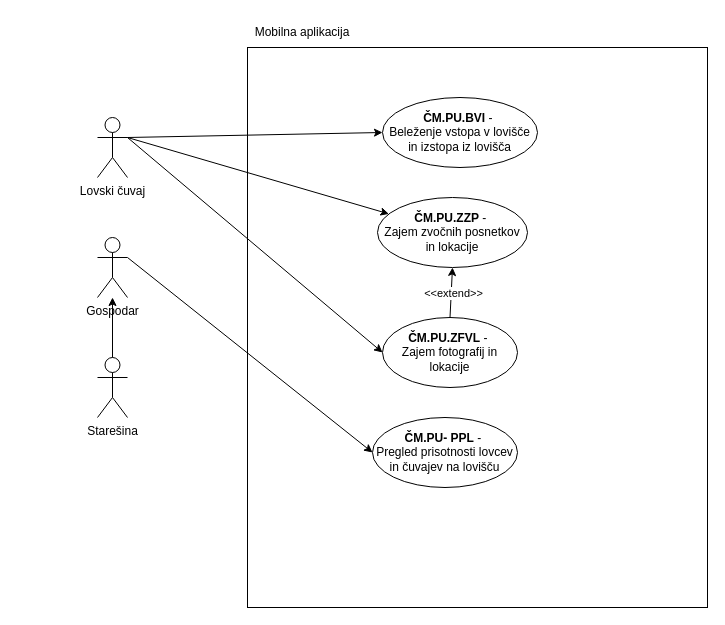
Above: Lovski cuvaj-Mobilna aplikacija.drawio in ErnestISv/Lovstvo (draw.io), before the change. Source tidied: cells renumbered, new cells numbered last; positions are measured from the earlier drawing's top-left corner, leaving out a move shared by most shapes. Both pictures are drawn from the tidied source at 100%, with x=0, y=0 at pixel (97, 17).
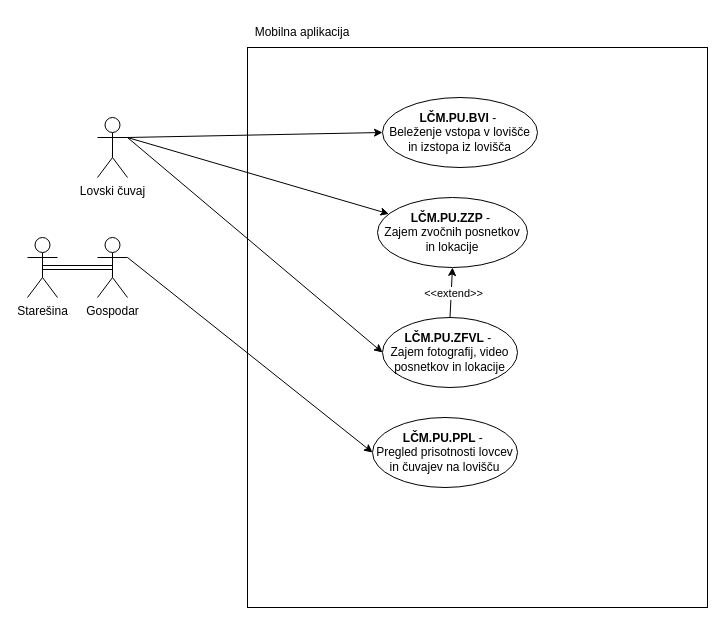
After the change.

What changed in the source:
```diff
@@
 <mxGraphModel>
   <root>
     <mxCell id="0" />
     <mxCell id="1" parent="0" />
     <mxCell id="2" style="rounded=0;whiteSpace=wrap;html=1;" parent="1" vertex="1">
       <mxGeometry x="150" y="30" width="460" height="560" as="geometry" />
     </mxCell>
     <mxCell id="3" value="Lovski čuvaj" style="shape=umlActor;verticalLabelPosition=bottom;verticalAlign=top;html=1;outlineConnect=0;" parent="1" vertex="1">
       <mxGeometry y="100" width="30" height="60" as="geometry" />
     </mxCell>
+    <mxCell id="13" style="edgeStyle=orthogonalEdgeStyle;shape=link;rounded=0;jettySize=auto;html=1;exitX=0.5;exitY=0.5;exitDx=0;exitDy=0;exitPerimeter=0;entryX=0.5;entryY=0.5;entryDx=0;entryDy=0;entryPerimeter=0;" parent="1" edge="1" source="4" target="5">
+      <mxGeometry relative="1" as="geometry" />
+    </mxCell>
     <mxCell id="4" value="Starešina" style="shape=umlActor;verticalLabelPosition=bottom;verticalAlign=top;html=1;outlineConnect=0;" parent="1" vertex="1">
-      <mxGeometry y="340" width="30" height="60" as="geometry" />
+      <mxGeometry x="-70" y="220" width="30" height="60" as="geometry" />
     </mxCell>
     <mxCell id="5" value="Gospodar" style="shape=umlActor;verticalLabelPosition=bottom;verticalAlign=top;html=1;outlineConnect=0;" parent="1" vertex="1">
       <mxGeometry y="220" width="30" height="60" as="geometry" />
     </mxCell>
-    <mxCell id="6" value="&lt;b&gt;ČM.PU.ZZP&lt;/b&gt; -&amp;nbsp;&lt;div&gt;Zajem zvočnih posnetkov in lokacije&lt;/div&gt;" style="ellipse;whiteSpace=wrap;html=1;" parent="1" vertex="1">
+    <mxCell id="6" value="&lt;b&gt;LČM.PU.ZZP&lt;/b&gt; -&amp;nbsp;&lt;div&gt;Zajem zvočnih posnetkov in lokacije&lt;/div&gt;" style="ellipse;whiteSpace=wrap;html=1;" parent="1" vertex="1">
       <mxGeometry x="280" y="180" width="150" height="70" as="geometry" />
     </mxCell>
     <mxCell id="7" style="endArrow=classic;html=1;rounded=0;exitX=1;exitY=0.3333333333333333;exitDx=0;exitDy=0;exitPerimeter=0;" parent="1" edge="1" source="3" target="6">
       <mxGeometry relative="1" as="geometry" />
     </mxCell>
-    <mxCell id="8" value="&lt;b&gt;ČM.PU.ZFVL&lt;/b&gt; -&amp;nbsp;&lt;div&gt;Zajem fotografij in lokacije&lt;/div&gt;" style="ellipse;whiteSpace=wrap;html=1;" parent="1" vertex="1">
+    <mxCell id="8" value="&lt;b&gt;LČM.PU.ZFVL&lt;/b&gt; -&amp;nbsp;&lt;div&gt;Zajem fotografij, video posnetkov in lokacije&lt;/div&gt;" style="ellipse;whiteSpace=wrap;html=1;" parent="1" vertex="1">
       <mxGeometry x="285" y="300" width="135" height="70" as="geometry" />
     </mxCell>
     <mxCell id="9" style="endArrow=classic;html=1;rounded=0;entryX=0;entryY=0.5;entryDx=0;entryDy=0;" parent="1" edge="1" target="8">
       <mxGeometry relative="1" as="geometry">
         <mxPoint x="30" y="120" as="sourcePoint" />
       </mxGeometry>
     </mxCell>
     <mxCell id="10" value="Mobilna aplikacija" style="text;html=1;align=center;verticalAlign=middle;whiteSpace=wrap;rounded=0;" parent="1" vertex="1">
       <mxGeometry x="150" width="110" height="30" as="geometry" />
     </mxCell>
-    <mxCell id="11" value="&lt;b&gt;ČM.PU- PPL&lt;/b&gt; -&amp;nbsp;&lt;div&gt;Pregled prisotnosti lovcev in čuvajev na lovišču&lt;/div&gt;" style="ellipse;whiteSpace=wrap;html=1;" parent="1" vertex="1">
+    <mxCell id="11" value="&lt;b&gt;LČM.PU.PPL&lt;/b&gt; -&amp;nbsp;&lt;div&gt;Pregled prisotnosti lovcev in čuvajev na lovišču&lt;/div&gt;" style="ellipse;whiteSpace=wrap;html=1;" parent="1" vertex="1">
       <mxGeometry x="275" y="400" width="145" height="70" as="geometry" />
     </mxCell>
     <mxCell id="12" style="endArrow=classic;html=1;rounded=0;exitX=1;exitY=0.3333333333333333;exitDx=0;exitDy=0;exitPerimeter=0;entryX=0;entryY=0.5;entryDx=0;entryDy=0;" parent="1" edge="1" source="5" target="11">
       <mxGeometry relative="1" as="geometry" />
     </mxCell>
-    <mxCell id="13" style="endArrow=classic;html=1;rounded=0;exitX=0.5;exitY=0;exitDx=0;exitDy=0;exitPerimeter=0;" parent="1" edge="1" source="4" target="5">
-      <mxGeometry relative="1" as="geometry" />
-    </mxCell>
-    <mxCell id="14" value="&lt;b&gt;ČM.PU.BVI&lt;/b&gt; -&amp;nbsp;&lt;div&gt;Beleženje vstopa v lovišče in izstopa iz lovišča&lt;/div&gt;" style="ellipse;whiteSpace=wrap;html=1;" parent="1" vertex="1">
+    <mxCell id="14" value="&lt;b&gt;LČM.PU.BVI&lt;/b&gt; -&amp;nbsp;&lt;div&gt;Beleženje vstopa v lovišče in izstopa iz lovišča&lt;/div&gt;" style="ellipse;whiteSpace=wrap;html=1;" parent="1" vertex="1">
       <mxGeometry x="285" y="80" width="155" height="70" as="geometry" />
     </mxCell>
     <mxCell id="15" style="endArrow=classic;html=1;rounded=0;entryX=0;entryY=0.5;entryDx=0;entryDy=0;" parent="1" edge="1" target="14">
       <mxGeometry relative="1" as="geometry">
         <mxPoint x="30" y="120" as="sourcePoint" />
       </mxGeometry>
     </mxCell>
     <mxCell id="16" style="endArrow=classic;html=1;rounded=0;exitX=0.5;exitY=0;exitDx=0;exitDy=0;entryX=0.5;entryY=1;entryDx=0;entryDy=0;" parent="1" edge="1" source="8" target="6">
       <mxGeometry relative="1" as="geometry" />
     </mxCell>
     <mxCell id="17" value="&amp;lt;&amp;lt;extend&amp;gt;&amp;gt;" style="edgeLabel;html=1;align=center;verticalAlign=middle;" parent="16" vertex="1">
       <mxGeometry y="-2" relative="1" as="geometry" />
     </mxCell>
   </root>
 </mxGraphModel>
```
